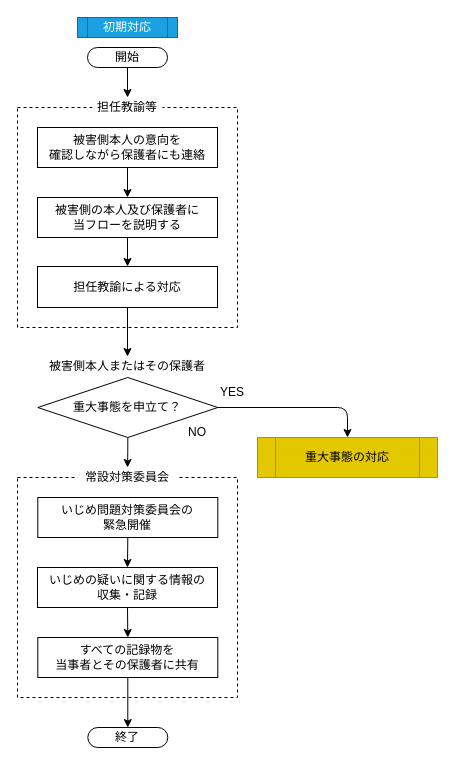
This is src/sonota/ijime/images/ijime-flow-syoki.drawio from yasutakeyohei/book-yasutake, a draw.io file, before an edit. Source tidied: cells renumbered, new cells numbered last; positions are measured from the earlier drawing's top-left corner, leaving out a move shared by most shapes. Both pictures are drawn from the tidied source at 100%, with x=0, y=0 at pixel (17, 17).
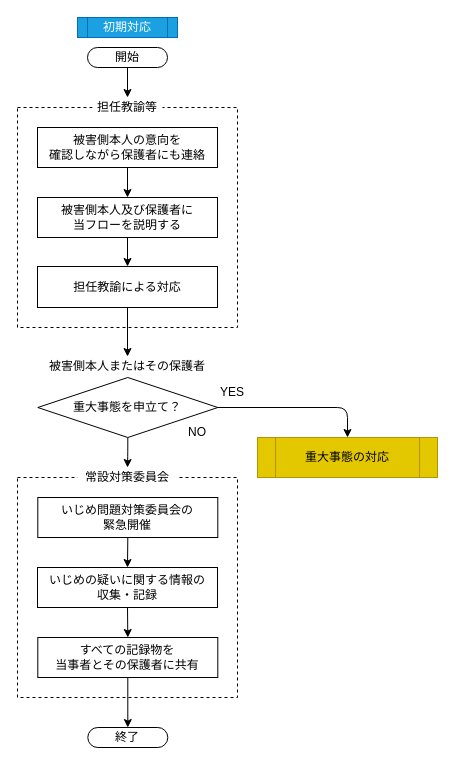
The same page after the edit.

Change to the diagram source:
```diff
@@
-    <mxCell id="9" value="被害側の本人及び保護者に&lt;br&gt;当フローを説明する" style="rounded=0;whiteSpace=wrap;html=1;" parent="7" vertex="1">
+    <mxCell id="9" value="被害側本人及び保護者に&lt;br&gt;当フローを説明する" style="rounded=0;whiteSpace=wrap;html=1;" parent="7" vertex="1">
       <mxGeometry x="20" y="180" width="180" height="40" as="geometry" />
     </mxCell>
```
